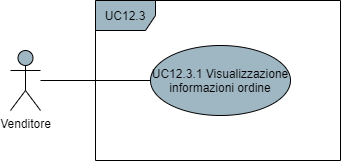
This is DocumentazioneEsterna/AnalisiDeiRequisiti/res/UseCase/Immagini/VisualizzazioneOrdiniMerchant.png from Omicron-Team/Documentazione, a draw.io export, as it was before one commit. Source tidied: cells renumbered, new cells last; positions are measured from the earlier drawing's top-left corner, leaving out a move shared by most shapes.
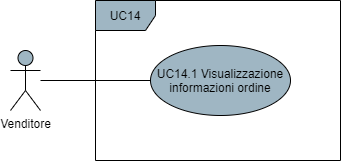
Later version of the same file.

What changed in the source:
```diff
@@ -8,10 +8,10 @@
     <mxCell id="3" value="Venditore" style="shape=umlActor;verticalLabelPosition=bottom;verticalAlign=top;html=1;fillColor=#9FB6C3;" parent="1" vertex="1">
       <mxGeometry y="50" width="30" height="60" as="geometry" />
     </mxCell>
-    <mxCell id="4" value="UC12.3" style="shape=umlFrame;whiteSpace=wrap;html=1;fillColor=#9FB6C3;" parent="1" vertex="1">
+    <mxCell id="4" value="UC14" style="shape=umlFrame;whiteSpace=wrap;html=1;fillColor=#9FB6C3;" parent="1" vertex="1">
       <mxGeometry x="85" width="245" height="160" as="geometry" />
     </mxCell>
-    <mxCell id="5" value="UC12.3.1 Visualizzazione informazioni ordine" style="ellipse;whiteSpace=wrap;html=1;fillColor=#9FB6C3;" parent="1" vertex="1">
+    <mxCell id="5" value="UC14.1 Visualizzazione informazioni ordine" style="ellipse;whiteSpace=wrap;html=1;fillColor=#9FB6C3;" parent="1" vertex="1">
       <mxGeometry x="140" y="45" width="140" height="70" as="geometry" />
     </mxCell>
   </root>
```
